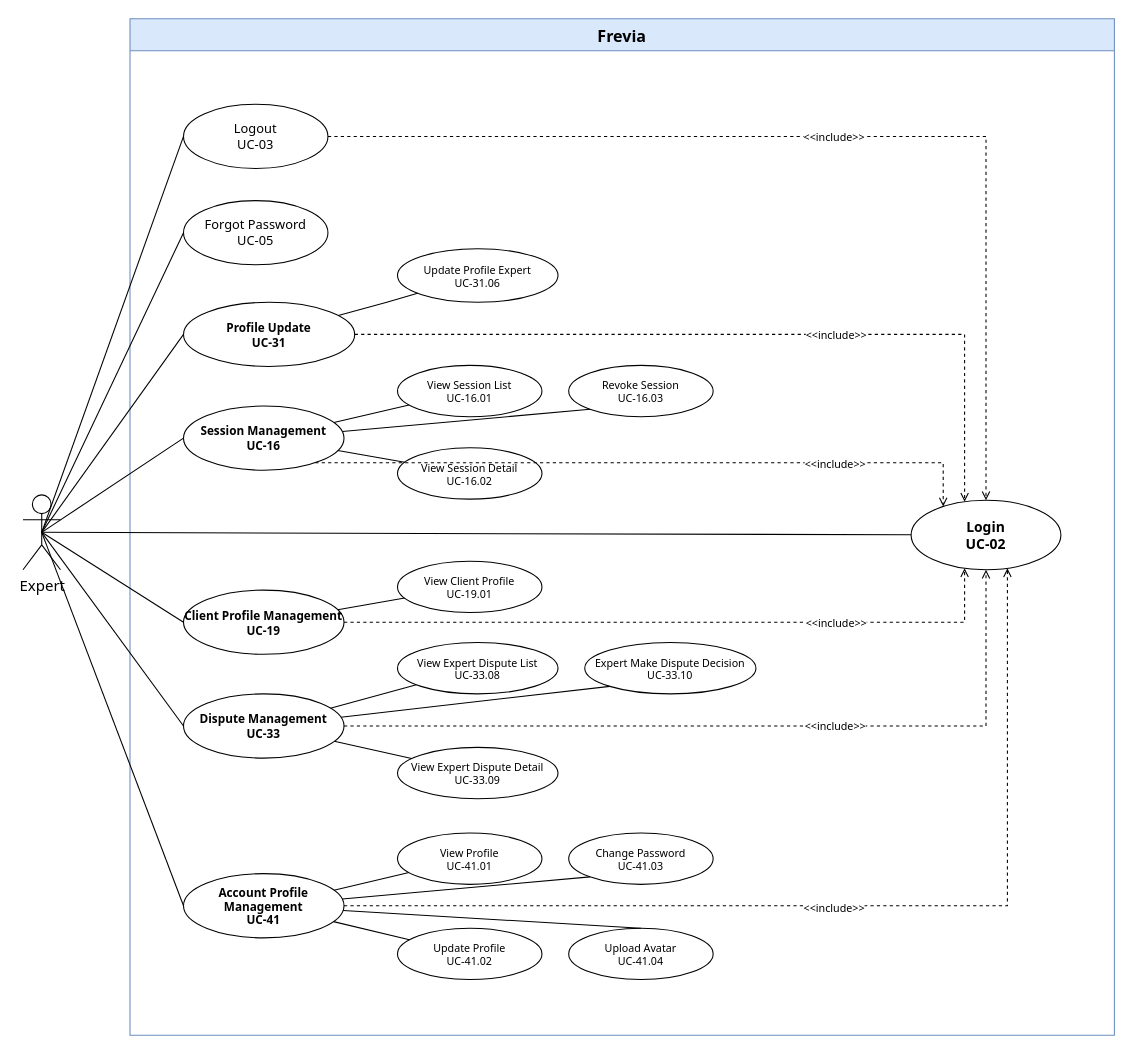
Earlier version of the draw.io diagram uc-diagrams/Expert.drawio (Thunggg/Frevia). Source tidied: cells renumbered, new cells numbered last; positions are measured from the earlier drawing's top-left corner, leaving out a move shared by most shapes. Both pictures are drawn from the tidied source at 107%, with x=0, y=0 at pixel (22, 18).
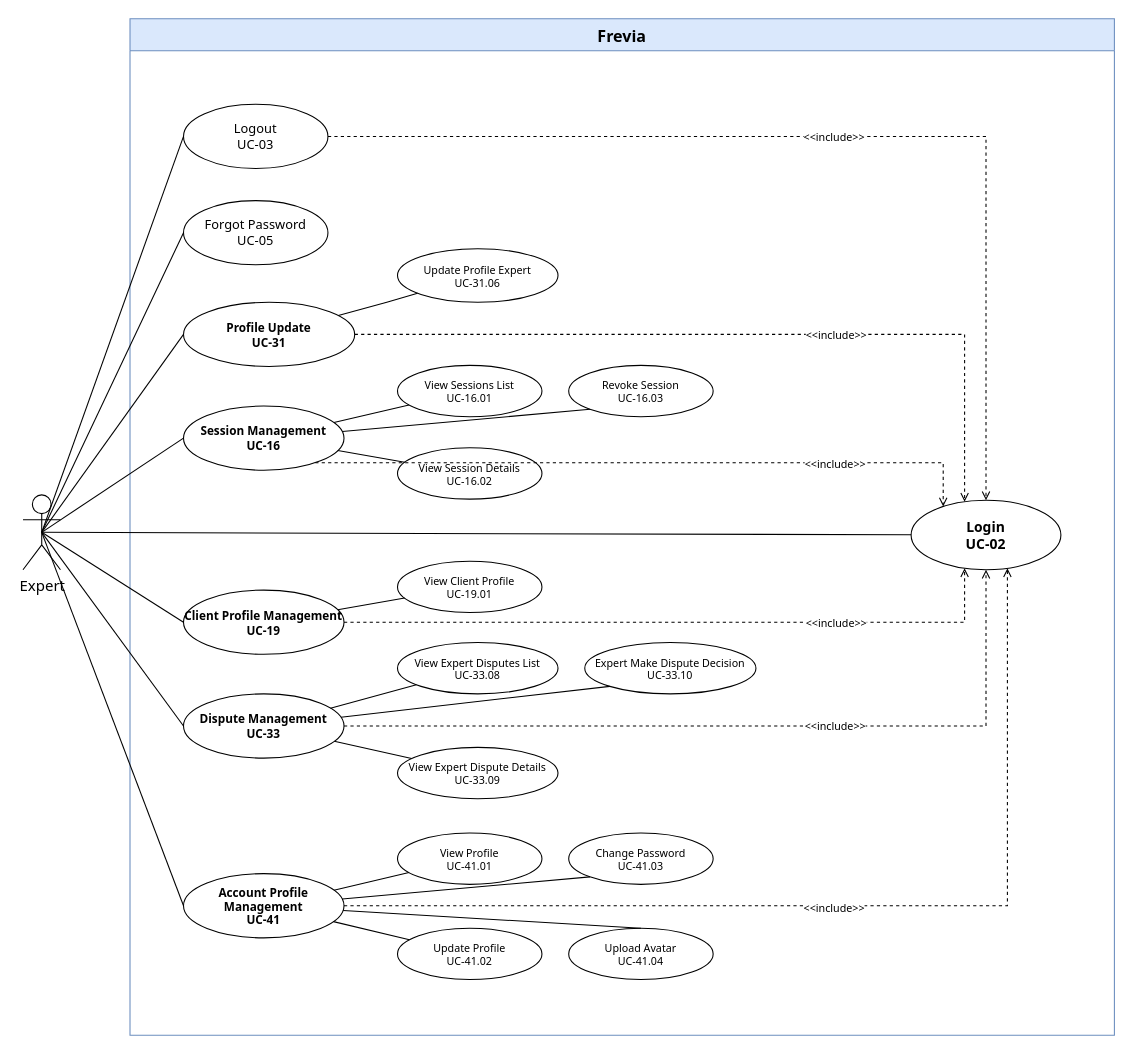
After the change.

The change refers to these unchanged cells:
```xml
<mxCell id="2" value="Frevia" style="swimlane;whiteSpace=wrap;html=1;startSize=30;fontSize=15;fontFamily=Tahoma;fontStyle=1;fillColor=#dae8fc;strokeColor=#6c8ebf;" parent="1" vertex="1">
  <mxGeometry x="100" width="920" height="950" as="geometry" />
</mxCell>
```

Diff of the diagram source:
```diff
@@
-    <mxCell id="9" value="View Session List&#10;UC-16.01" style="ellipse;whiteSpace=wrap;html=1;fontSize=10;fontFamily=Tahoma;fillColor=#ffffff;strokeColor=#000000;" parent="2" vertex="1">
+    <mxCell id="9" value="View Sessions List&#10;UC-16.01" style="ellipse;whiteSpace=wrap;html=1;fontSize=10;fontFamily=Tahoma;fillColor=#ffffff;strokeColor=#000000;" parent="2" vertex="1">
       <mxGeometry x="250" y="324" width="135" height="48" as="geometry" />
     </mxCell>
-    <mxCell id="10" value="View Session Detail&#10;UC-16.02" style="ellipse;whiteSpace=wrap;html=1;fontSize=10;fontFamily=Tahoma;fillColor=#ffffff;strokeColor=#000000;" parent="2" vertex="1">
+    <mxCell id="10" value="View Session Details&#10;UC-16.02" style="ellipse;whiteSpace=wrap;html=1;fontSize=10;fontFamily=Tahoma;fillColor=#ffffff;strokeColor=#000000;" parent="2" vertex="1">
       <mxGeometry x="250" y="401" width="135" height="48" as="geometry" />
     </mxCell>
@@
-    <mxCell id="15" value="View Expert Dispute List&#10;UC-33.08" style="ellipse;whiteSpace=wrap;html=1;fontSize=10;fontFamily=Tahoma;fillColor=#ffffff;strokeColor=#000000;" parent="2" vertex="1">
+    <mxCell id="15" value="View Expert Disputes List&#10;UC-33.08" style="ellipse;whiteSpace=wrap;html=1;fontSize=10;fontFamily=Tahoma;fillColor=#ffffff;strokeColor=#000000;" parent="2" vertex="1">
       <mxGeometry x="250" y="583" width="150" height="48" as="geometry" />
     </mxCell>
-    <mxCell id="16" value="View Expert Dispute Detail&#10;UC-33.09" style="ellipse;whiteSpace=wrap;html=1;fontSize=10;fontFamily=Tahoma;fillColor=#ffffff;strokeColor=#000000;" parent="2" vertex="1">
+    <mxCell id="16" value="View Expert Dispute Details&#10;UC-33.09" style="ellipse;whiteSpace=wrap;html=1;fontSize=10;fontFamily=Tahoma;fillColor=#ffffff;strokeColor=#000000;" parent="2" vertex="1">
       <mxGeometry x="250" y="681" width="150" height="48" as="geometry" />
     </mxCell>
```
